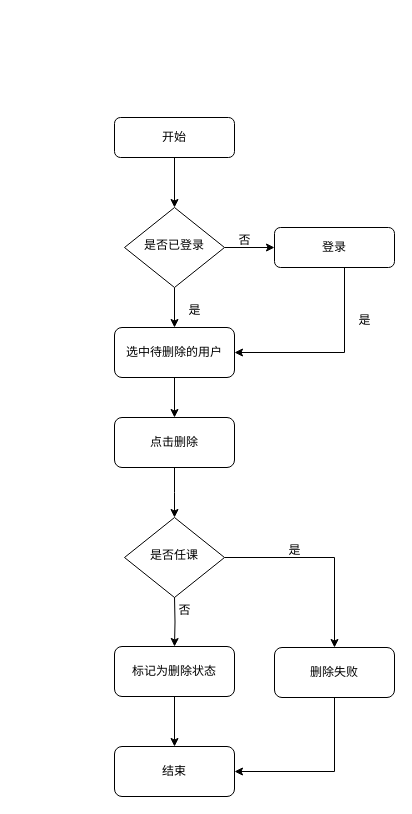
This is 删除用户-流程图.drawio from creazy412/none, a draw.io file, before an edit. Source tidied: cells renumbered, new cells numbered last; positions are measured from the earlier drawing's top-left corner, leaving out a move shared by most shapes. Both pictures are drawn from the tidied source at 100%, with x=0, y=0 at pixel (114, 117).
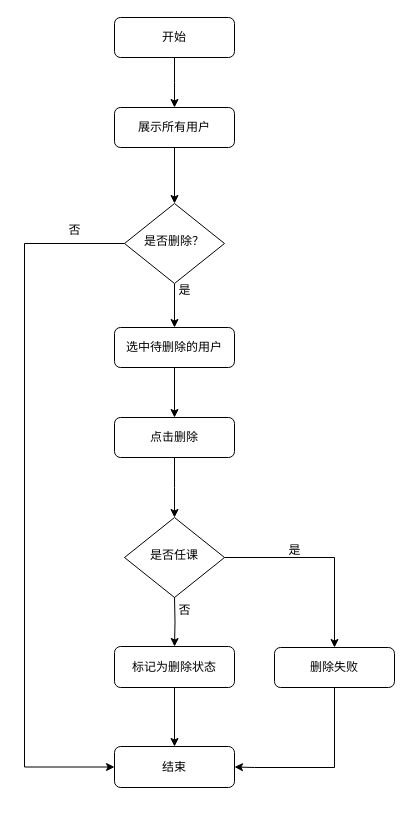
The same diagram, later.

Commit message:
更新删除用户-流程图.drawio

What changed in the source:
```diff
@@
-    <mxCell id="2" style="edgeStyle=orthogonalEdgeStyle;rounded=0;jettySize=auto;html=1;" parent="1" edge="1" source="3" target="6">
-      <mxGeometry relative="1" as="geometry" />
+    <mxCell id="2" style="edgeStyle=orthogonalEdgeStyle;rounded=0;jettySize=auto;html=1;" parent="1" edge="1" source="3">
+      <mxGeometry relative="1" as="geometry">
+        <mxPoint x="60" y="-10" as="targetPoint" />
+      </mxGeometry>
     </mxCell>
     <mxCell id="3" value="开始" style="rounded=1;whiteSpace=wrap;html=1;fontSize=12;glass=0;strokeWidth=1;shadow=0;" parent="1" vertex="1">
-      <mxGeometry width="120" height="40" as="geometry" />
+      <mxGeometry y="-100" width="120" height="40" as="geometry" />
     </mxCell>
-    <mxCell id="4" style="edgeStyle=orthogonalEdgeStyle;rounded=0;jettySize=auto;html=1;" parent="1" edge="1" source="6" target="13">
-      <mxGeometry relative="1" as="geometry" />
-    </mxCell>
-    <mxCell id="5" style="edgeStyle=orthogonalEdgeStyle;rounded=0;jettySize=auto;html=1;" parent="1" edge="1" source="6" target="8">
-      <mxGeometry relative="1" as="geometry" />
-    </mxCell>
-    <mxCell id="6" value="是否已登录" style="rhombus;whiteSpace=wrap;html=1;shadow=0;fontFamily=Helvetica;fontSize=12;align=center;strokeWidth=1;spacing=6;spacingTop=-4;" parent="1" vertex="1">
-      <mxGeometry x="10" y="90" width="100" height="80" as="geometry" />
-    </mxCell>
-    <mxCell id="7" style="edgeStyle=orthogonalEdgeStyle;rounded=0;jettySize=auto;html=1;entryX=1;entryY=0.5;entryDx=0;entryDy=0;" parent="1" edge="1" source="8" target="13">
-      <mxGeometry relative="1" as="geometry">
-        <Array as="points">
-          <mxPoint x="230" y="235" />
-        </Array>
-      </mxGeometry>
-    </mxCell>
-    <mxCell id="8" value="登录" style="rounded=1;whiteSpace=wrap;html=1;fontSize=12;glass=0;strokeWidth=1;shadow=0;" parent="1" vertex="1">
-      <mxGeometry x="160" y="110" width="120" height="40" as="geometry" />
-    </mxCell>
@@
     <mxCell id="11" value="标记为删除状态" style="rounded=1;whiteSpace=wrap;html=1;fontSize=12;glass=0;strokeWidth=1;shadow=0;" parent="1" vertex="1">
-      <mxGeometry y="529" width="120" height="50" as="geometry" />
+      <mxGeometry y="529" width="120" height="41" as="geometry" />
     </mxCell>
@@
     <mxCell id="13" value="选中待删除的用户" style="rounded=1;whiteSpace=wrap;html=1;fontSize=12;glass=0;strokeWidth=1;shadow=0;" parent="1" vertex="1">
-      <mxGeometry y="210" width="120" height="50" as="geometry" />
+      <mxGeometry y="210" width="120" height="40" as="geometry" />
     </mxCell>
     <mxCell id="14" value="点击删除" style="rounded=1;whiteSpace=wrap;html=1;fontSize=12;glass=0;strokeWidth=1;shadow=0;" parent="1" vertex="1">
-      <mxGeometry y="300" width="120" height="50" as="geometry" />
+      <mxGeometry y="300" width="120" height="40" as="geometry" />
     </mxCell>
@@
-    <mxCell id="16" value="是" style="text;html=1;align=center;verticalAlign=middle;strokeColor=none;fillColor=none;" parent="1" vertex="1">
-      <mxGeometry x="60" y="178" width="40" height="30" as="geometry" />
-    </mxCell>
-    <mxCell id="17" value="否" style="text;html=1;align=center;verticalAlign=middle;strokeColor=none;fillColor=none;" parent="1" vertex="1">
-      <mxGeometry x="110" y="108" width="40" height="30" as="geometry" />
-    </mxCell>
-    <mxCell id="18" value="是" style="text;html=1;align=center;verticalAlign=middle;strokeColor=none;fillColor=none;" parent="1" vertex="1">
-      <mxGeometry x="230" y="188" width="40" height="30" as="geometry" />
-    </mxCell>
     <mxCell id="19" value="结束" style="rounded=1;whiteSpace=wrap;html=1;fontSize=12;glass=0;strokeWidth=1;shadow=0;" parent="1" vertex="1">
-      <mxGeometry y="629" width="120" height="50" as="geometry" />
+      <mxGeometry y="629" width="120" height="41" as="geometry" />
     </mxCell>
@@
     <mxCell id="23" style="edgeStyle=orthogonalEdgeStyle;rounded=0;jettySize=auto;html=1;entryX=1;entryY=0.5;entryDx=0;entryDy=0;" parent="1" edge="1" source="24" target="19">
       <mxGeometry relative="1" as="geometry">
         <Array as="points">
-          <mxPoint x="220" y="654" />
+          <mxPoint x="220" y="650" />
+          <mxPoint x="140" y="650" />
         </Array>
       </mxGeometry>
     </mxCell>
     <mxCell id="24" value="删除失败" style="rounded=1;whiteSpace=wrap;html=1;fontSize=12;glass=0;strokeWidth=1;shadow=0;" parent="1" vertex="1">
-      <mxGeometry x="160" y="530" width="120" height="50" as="geometry" />
+      <mxGeometry x="160" y="530" width="120" height="40" as="geometry" />
     </mxCell>
@@
+    <mxCell id="26" style="edgeStyle=orthogonalEdgeStyle;rounded=0;jettySize=auto;html=1;" parent="1" edge="1" source="27" target="30">
+      <mxGeometry relative="1" as="geometry" />
+    </mxCell>
+    <mxCell id="27" value="展示所有用户" style="rounded=1;whiteSpace=wrap;html=1;fontSize=12;glass=0;strokeWidth=1;shadow=0;" parent="1" vertex="1">
+      <mxGeometry y="-10" width="120" height="40" as="geometry" />
+    </mxCell>
+    <mxCell id="28" style="edgeStyle=orthogonalEdgeStyle;rounded=0;jettySize=auto;html=1;" parent="1" edge="1" source="30" target="13">
+      <mxGeometry relative="1" as="geometry" />
+    </mxCell>
+    <mxCell id="29" style="edgeStyle=orthogonalEdgeStyle;rounded=0;jettySize=auto;html=1;entryX=0;entryY=0.5;entryDx=0;entryDy=0;" parent="1" edge="1" source="30" target="19">
+      <mxGeometry relative="1" as="geometry">
+        <Array as="points">
+          <mxPoint x="-90" y="126" />
+          <mxPoint x="-90" y="650" />
+        </Array>
+      </mxGeometry>
+    </mxCell>
+    <mxCell id="30" value="是否删除？" style="rhombus;whiteSpace=wrap;html=1;shadow=0;fontFamily=Helvetica;fontSize=12;align=center;strokeWidth=1;spacing=6;spacingTop=-4;" parent="1" vertex="1">
+      <mxGeometry x="10" y="86" width="100" height="80" as="geometry" />
+    </mxCell>
+    <mxCell id="31" value="是" style="text;html=1;align=center;verticalAlign=middle;strokeColor=none;fillColor=none;" parent="1" vertex="1">
+      <mxGeometry x="50" y="158" width="40" height="30" as="geometry" />
+    </mxCell>
+    <mxCell id="17" value="否" style="text;html=1;align=center;verticalAlign=middle;strokeColor=none;fillColor=none;" parent="1" vertex="1">
+      <mxGeometry x="-60" y="98" width="40" height="30" as="geometry" />
+    </mxCell>
```
